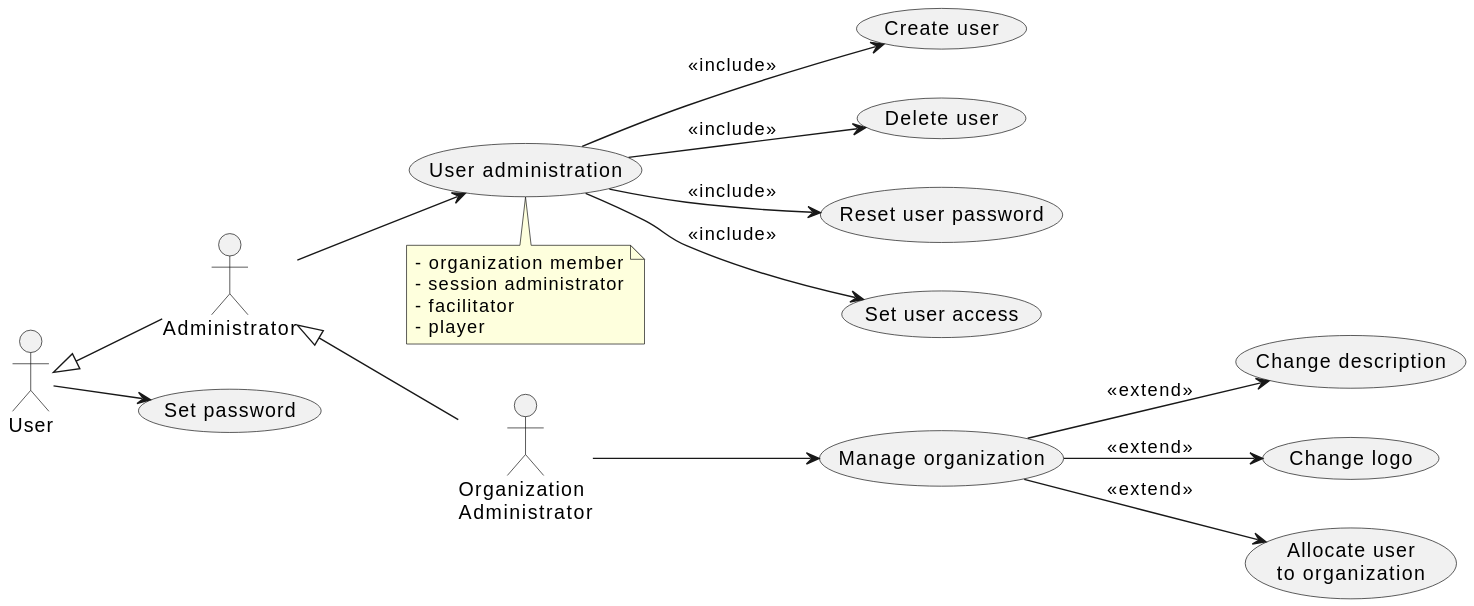
The PlantUML diagram doc/1-use-cases/diagrams/organization-administration.svg in averbraeck/gscg-design, before a commit.
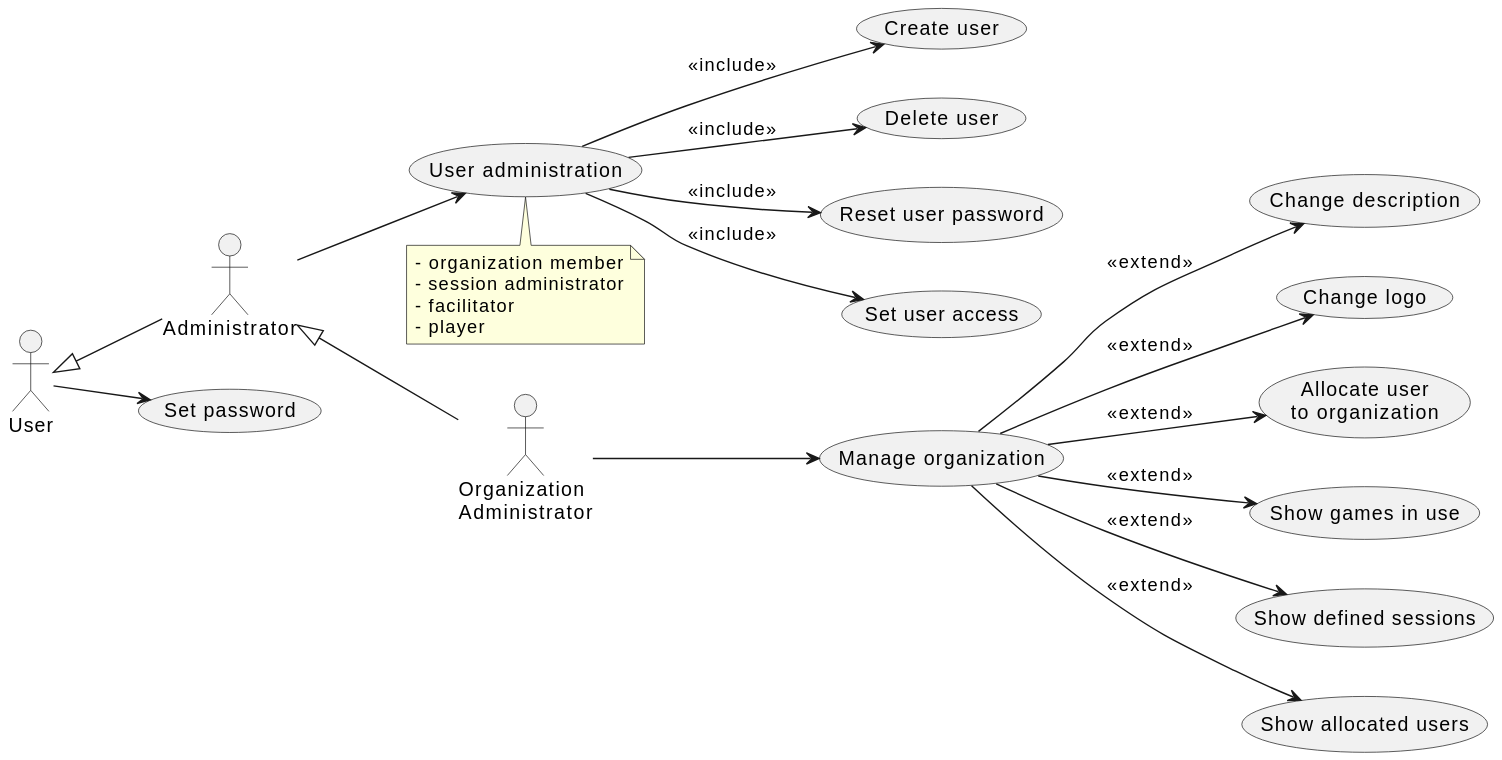
Above is the later version.

The edit, as a diff of the source:
```diff
@@ -24,4 +24,7 @@
 (Manage organization) --> (Change description) : << extend >>
 (Manage organization) --> (Change logo) : << extend >>
 (Manage organization) --> (Allocate user\nto organization) : << extend >>
+(Manage organization) --> (Show games in use) : << extend >>
+(Manage organization) --> (Show defined sessions) : << extend >>
+(Manage organization) --> (Show allocated users) : << extend >>
 @enduml
```
